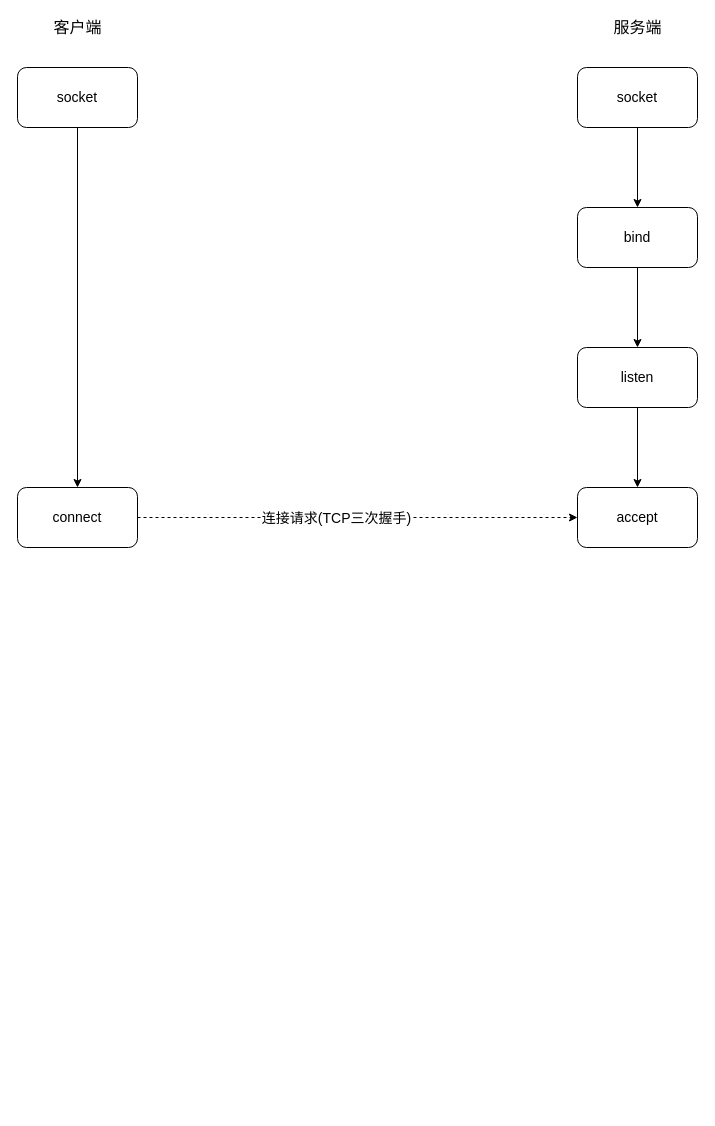
guitarock/my-pics keeps this draw.io diagram as drawio/network/TCP三次握手.drawio. Above is the earlier version. Source tidied: cells renumbered, new cells numbered last; positions are measured from the earlier drawing's top-left corner, leaving out a move shared by most shapes. Both pictures are drawn from the tidied source at 100%, with x=0, y=0 at pixel (17, 17).
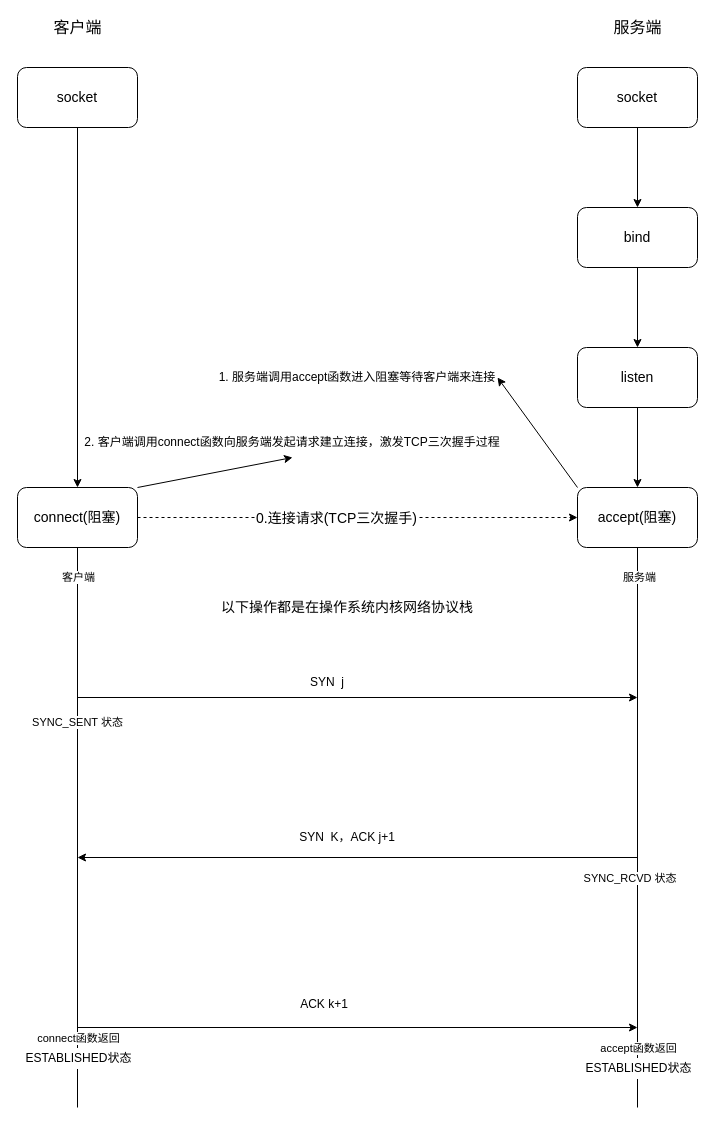
Above is the later version.

Commit message:
更新TCP三次握手.drawio

The change refers to these unchanged cells:
```xml
<mxCell id="13" style="edgeStyle=orthogonalEdgeStyle;rounded=0;jettySize=auto;html=1;exitX=1;exitY=0.5;exitDx=0;exitDy=0;entryX=0;entryY=0.5;entryDx=0;entryDy=0;fontSize=14;dashed=1;" parent="1" edge="1" source="15" target="12">
  <mxGeometry relative="1" as="geometry" />
</mxCell>
```

The edit, as a diff of the source:
```diff
@@
+    <mxCell id="16" style="rounded=0;jettySize=auto;html=1;exitX=0;exitY=0;exitDx=0;exitDy=0;entryX=1;entryY=0.5;entryDx=0;entryDy=0;" parent="1" edge="1" source="12" target="18">
+      <mxGeometry relative="1" as="geometry" />
+    </mxCell>
-    <mxCell id="12" value="&lt;font style=&quot;font-size: 14px&quot;&gt;accept&lt;/font&gt;" style="whiteSpace=wrap;html=1;rounded=1;" parent="1" vertex="1">
+    <mxCell id="12" value="&lt;font style=&quot;font-size: 14px&quot;&gt;accept&lt;/font&gt;&lt;span style=&quot;font-size: 14px&quot;&gt;(阻塞)&lt;/span&gt;" style="whiteSpace=wrap;html=1;rounded=1;" parent="1" vertex="1">
       <mxGeometry x="560" y="470" width="120" height="60" as="geometry" />
     </mxCell>
@@
-    <mxCell id="14" value="&lt;div&gt;连接请求(TCP三次握手)&lt;/div&gt;" style="edgeLabel;html=1;align=center;verticalAlign=middle;fontSize=14;" parent="13" vertex="1">
+    <mxCell id="14" value="&lt;div&gt;0.连接请求(TCP三次握手)&lt;/div&gt;" style="edgeLabel;html=1;align=center;verticalAlign=middle;fontSize=14;" parent="13" vertex="1">
       <mxGeometry x="-0.1" relative="1" as="geometry" />
     </mxCell>
+    <mxCell id="17" style="edgeStyle=none;rounded=0;jettySize=auto;html=1;exitX=1;exitY=0;exitDx=0;exitDy=0;entryX=0.5;entryY=1;entryDx=0;entryDy=0;" parent="1" edge="1" source="15" target="20">
+      <mxGeometry relative="1" as="geometry" />
+    </mxCell>
-    <mxCell id="15" value="&lt;font style=&quot;font-size: 14px&quot;&gt;connect&lt;/font&gt;" style="whiteSpace=wrap;html=1;rounded=1;" parent="1" vertex="1">
+    <mxCell id="15" value="&lt;font style=&quot;font-size: 14px&quot;&gt;connect(阻塞)&lt;/font&gt;" style="whiteSpace=wrap;html=1;rounded=1;" parent="1" vertex="1">
       <mxGeometry y="470" width="120" height="60" as="geometry" />
     </mxCell>
+    <mxCell id="18" value="1. 服务端调用accept函数进入阻塞等待客户端来连接" style="text;html=1;strokeColor=none;fillColor=none;align=center;verticalAlign=middle;whiteSpace=wrap;rounded=0;" parent="1" vertex="1">
+      <mxGeometry x="200" y="340" width="280" height="40" as="geometry" />
+    </mxCell>
+    <mxCell id="19" style="edgeStyle=none;rounded=0;orthogonalLoop=1;jettySize=auto;html=1;exitX=1;exitY=1;exitDx=0;exitDy=0;" parent="1" edge="1" source="18" target="18">
+      <mxGeometry relative="1" as="geometry" />
+    </mxCell>
+    <mxCell id="20" value="2. 客户端调用connect函数向服务端发起请求建立连接，激发TCP三次握手过程" style="text;html=1;strokeColor=none;fillColor=none;align=center;verticalAlign=middle;whiteSpace=wrap;rounded=0;" parent="1" vertex="1">
+      <mxGeometry x="60" y="410" width="430" height="30" as="geometry" />
+    </mxCell>
+    <mxCell id="21" value="&lt;span style=&quot;text-align: left&quot;&gt;&lt;font style=&quot;font-size: 14px&quot;&gt;以下操作都是在操作系统内核网络协议栈&lt;/font&gt;&lt;/span&gt;" style="text;html=1;strokeColor=none;fillColor=none;align=center;verticalAlign=middle;whiteSpace=wrap;rounded=0;" parent="1" vertex="1">
+      <mxGeometry x="200" y="580" width="260" height="20" as="geometry" />
+    </mxCell>
+    <mxCell id="22" style="endArrow=none;html=1;rounded=0;entryX=0.5;entryY=1;entryDx=0;entryDy=0;" parent="1" edge="1" target="15">
+      <mxGeometry relative="1" as="geometry">
+        <mxPoint x="60" y="1090" as="sourcePoint" />
+      </mxGeometry>
+    </mxCell>
+    <mxCell id="23" value="客户端" style="edgeLabel;html=1;align=center;verticalAlign=middle;" parent="22" vertex="1">
+      <mxGeometry x="0.86" relative="1" as="geometry">
+        <mxPoint y="-10" as="offset" />
+      </mxGeometry>
+    </mxCell>
+    <mxCell id="24" value="SYNC_SENT 状态" style="edgeLabel;html=1;align=center;verticalAlign=middle;" parent="22" vertex="1">
+      <mxGeometry x="0.63" y="1" relative="1" as="geometry">
+        <mxPoint y="70" as="offset" />
+      </mxGeometry>
+    </mxCell>
+    <mxCell id="25" style="endArrow=none;html=1;rounded=0;entryX=0.5;entryY=1;entryDx=0;entryDy=0;" parent="1" edge="1">
+      <mxGeometry relative="1" as="geometry">
+        <mxPoint x="620" y="1090" as="sourcePoint" />
+        <mxPoint x="620" y="530" as="targetPoint" />
+      </mxGeometry>
+    </mxCell>
+    <mxCell id="26" value="服务端" style="edgeLabel;html=1;align=center;verticalAlign=middle;" parent="25" vertex="1">
+      <mxGeometry x="0.86" y="-1" relative="1" as="geometry">
+        <mxPoint y="-10" as="offset" />
+      </mxGeometry>
+    </mxCell>
+    <mxCell id="27" style="endArrow=classic;html=1;rounded=0;" parent="1" edge="1">
+      <mxGeometry relative="1" as="geometry">
+        <mxPoint x="60" y="680" as="sourcePoint" />
+        <mxPoint x="620" y="680" as="targetPoint" />
+      </mxGeometry>
+    </mxCell>
+    <mxCell id="28" value="SYN&amp;nbsp; j" style="text;html=1;strokeColor=none;fillColor=none;align=center;verticalAlign=middle;whiteSpace=wrap;rounded=0;" parent="1" vertex="1">
+      <mxGeometry x="280" y="650" width="60" height="30" as="geometry" />
+    </mxCell>
+    <mxCell id="29" style="endArrow=classic;html=1;rounded=0;" parent="1" edge="1">
+      <mxGeometry relative="1" as="geometry">
+        <mxPoint x="620" y="840" as="sourcePoint" />
+        <mxPoint x="60" y="840" as="targetPoint" />
+      </mxGeometry>
+    </mxCell>
+    <mxCell id="30" value="SYN&amp;nbsp; K，ACK j+1" style="text;html=1;strokeColor=none;fillColor=none;align=center;verticalAlign=middle;whiteSpace=wrap;rounded=0;" parent="1" vertex="1">
+      <mxGeometry x="260" y="810" width="140" height="20" as="geometry" />
+    </mxCell>
+    <mxCell id="31" style="endArrow=classic;html=1;rounded=0;" parent="1" edge="1">
+      <mxGeometry relative="1" as="geometry">
+        <mxPoint x="60" y="1010" as="sourcePoint" />
+        <mxPoint x="620" y="1010" as="targetPoint" />
+      </mxGeometry>
+    </mxCell>
+    <mxCell id="32" value="ACK k+1" style="text;html=1;strokeColor=none;fillColor=none;align=center;verticalAlign=middle;whiteSpace=wrap;rounded=0;" parent="1" vertex="1">
+      <mxGeometry x="260" y="980" width="94" height="13" as="geometry" />
+    </mxCell>
+    <mxCell id="33" value="&amp;nbsp;SYNC_RCVD 状态" style="edgeLabel;html=1;align=center;verticalAlign=middle;" parent="1" vertex="1">
+      <mxGeometry x="610" y="860" as="geometry" />
+    </mxCell>
+    <mxCell id="34" value="connect函数返回" style="edgeLabel;html=1;align=center;verticalAlign=middle;" parent="1" vertex="1">
+      <mxGeometry x="60" y="1020" as="geometry" />
+    </mxCell>
+    <mxCell id="35" value="&lt;div style=&quot;line-height: 1.75 ; text-align: left&quot;&gt;&lt;font style=&quot;font-size: 12px&quot;&gt;ESTABLISHED状态&lt;/font&gt;&lt;/div&gt;" style="edgeLabel;html=1;align=center;verticalAlign=middle;" parent="1" vertex="1">
+      <mxGeometry x="60" y="1040" as="geometry" />
+    </mxCell>
+    <mxCell id="36" value="&lt;div style=&quot;line-height: 1.75 ; text-align: left&quot;&gt;&lt;font style=&quot;font-size: 12px&quot;&gt;ESTABLISHED状态&lt;/font&gt;&lt;/div&gt;" style="edgeLabel;html=1;align=center;verticalAlign=middle;" parent="1" vertex="1">
+      <mxGeometry x="620" y="1050" as="geometry" />
+    </mxCell>
+    <mxCell id="37" value="accept函数返回" style="edgeLabel;html=1;align=center;verticalAlign=middle;" parent="1" vertex="1">
+      <mxGeometry x="620" y="1030" as="geometry" />
+    </mxCell>
```
